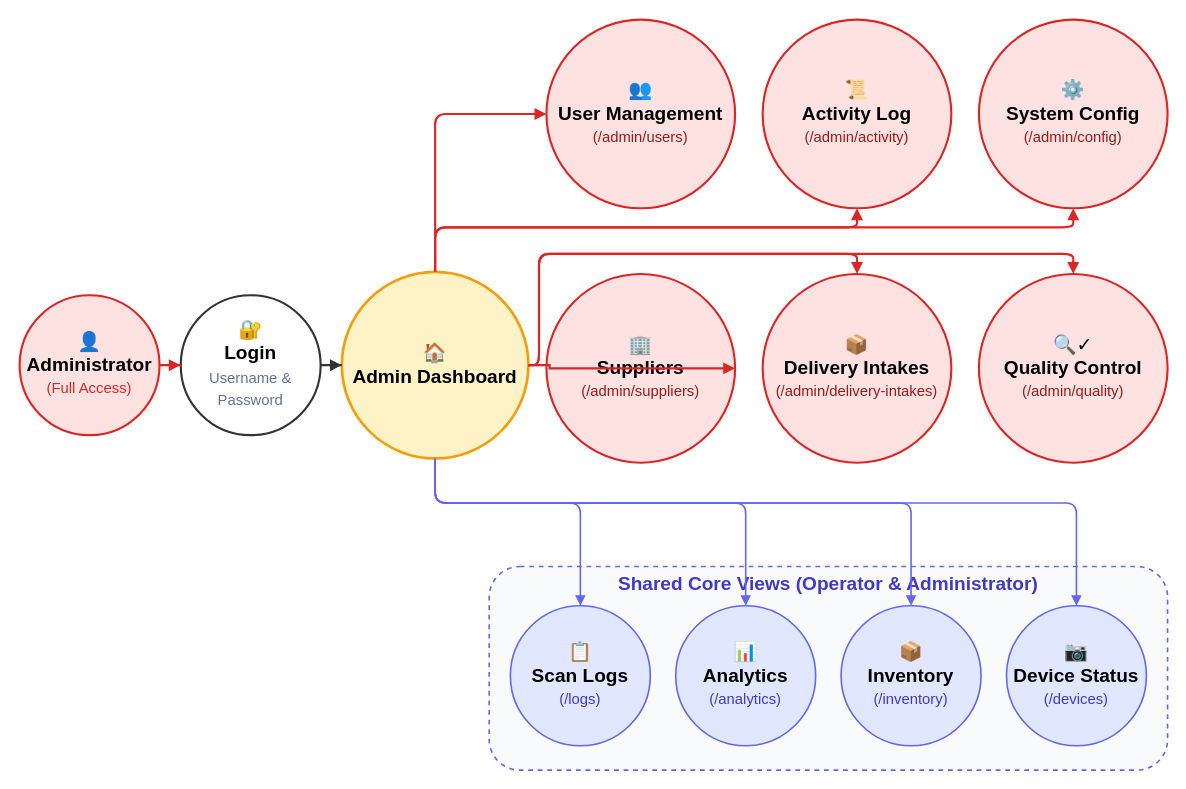
This is docs/bananavision-docs/docs/workflows/workflow_admin.drawio from BlackShark404/BananaVision, a draw.io file, before an edit. Source tidied: cells renumbered, new cells numbered last; positions are measured from the earlier drawing's top-left corner, leaving out a move shared by most shapes. Both pictures are drawn from the tidied source at 106%, with x=0, y=0 at pixel (19, 19).
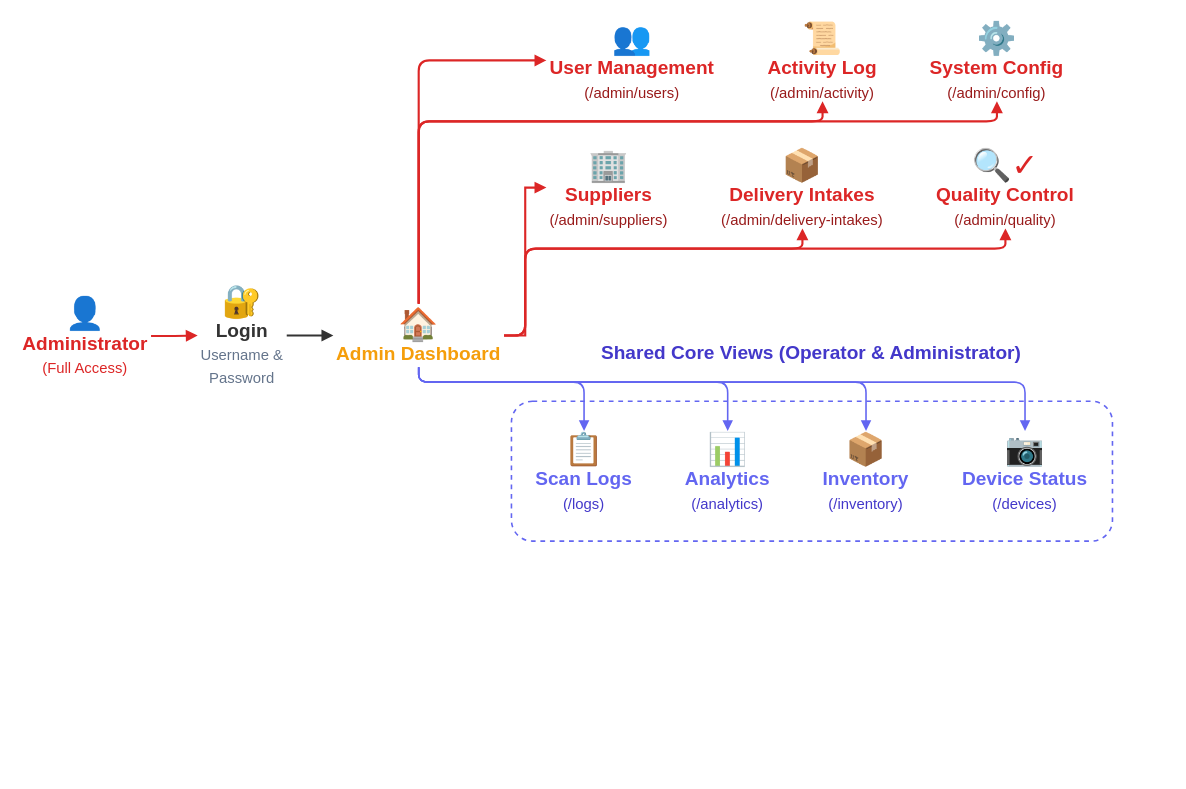
The same diagram, later.

Commit message (it also covers changes not shown here):
refactor: update workflow drawio diagrams and development decisions documentation

Diff of the diagram source:
```diff
@@
-    <mxCell id="2" value="👤&lt;br&gt;&lt;b&gt;Administrator&lt;/b&gt;&lt;br&gt;&lt;font color=&quot;#dc2626&quot; style=&quot;font-size: 14px;&quot;&gt;(Full Access)&lt;/font&gt;" style="ellipse;whiteSpace=wrap;html=1;fillColor=#fee2e2;strokeColor=#dc2626;strokeWidth=2;fontSize=18;spacing=2;" parent="1" vertex="1">
-      <mxGeometry y="260" width="132" height="132" as="geometry" />
+    <mxCell id="2" value="&lt;font style=&quot;font-size: 30px;&quot;&gt;👤&lt;/font&gt;&lt;br&gt;&lt;b&gt;Administrator&lt;/b&gt;&lt;br&gt;&lt;font color=&quot;#dc2626&quot; style=&quot;font-size: 14px;&quot;&gt;(Full Access)&lt;/font&gt;" style="text;html=1;align=center;verticalAlign=middle;whiteSpace=wrap;rounded=0;fontSize=18;fontColor=#dc2626;" parent="1" vertex="1">
+      <mxGeometry y="260" width="124" height="77" as="geometry" />
     </mxCell>
-    <mxCell id="3" value="🔐&lt;br&gt;&lt;b&gt;Login&lt;/b&gt;&lt;br&gt;&lt;font color=&quot;#64748b&quot; style=&quot;font-size: 14px;&quot;&gt;Username &amp;amp;&lt;br&gt;Password&lt;/font&gt;" style="ellipse;whiteSpace=wrap;html=1;fillColor=#ffffff;strokeColor=#333333;strokeWidth=2;fontSize=18;spacing=2;" parent="1" vertex="1">
-      <mxGeometry x="152" y="260" width="132" height="132" as="geometry" />
+    <mxCell id="3" value="&lt;font style=&quot;font-size: 30px;&quot;&gt;🔐&lt;/font&gt;&lt;br&gt;&lt;b&gt;Login&lt;/b&gt;&lt;br&gt;&lt;font color=&quot;#64748b&quot; style=&quot;font-size: 14px;&quot;&gt;Username &amp;amp;&lt;br&gt;Password&lt;/font&gt;" style="text;html=1;align=center;verticalAlign=middle;whiteSpace=wrap;rounded=0;fontSize=18;fontColor=#333333;" parent="1" vertex="1">
+      <mxGeometry x="168" y="249" width="84" height="98" as="geometry" />
     </mxCell>
-    <mxCell id="4" value="🏠&lt;br&gt;&lt;b&gt;Admin Dashboard&lt;/b&gt;" style="ellipse;whiteSpace=wrap;html=1;fillColor=#fef3c7;strokeColor=#f59e0b;strokeWidth=2.5;fontSize=18;spacing=3;" parent="1" vertex="1">
-      <mxGeometry x="304" y="238" width="176" height="176" as="geometry" />
+    <mxCell id="4" value="&lt;font style=&quot;font-size: 30px;&quot;&gt;🏠&lt;/font&gt;&lt;br&gt;&lt;b&gt;Admin Dashboard&lt;/b&gt;" style="text;html=1;align=center;verticalAlign=middle;whiteSpace=wrap;rounded=0;fontSize=18;fontColor=#f59e0b;" parent="1" vertex="1">
+      <mxGeometry x="296" y="268" width="161" height="60" as="geometry" />
     </mxCell>
-    <mxCell id="5" value="👥&lt;br&gt;&lt;b&gt;User Management&lt;/b&gt;&lt;br&gt;&lt;font color=&quot;#991b1b&quot; style=&quot;font-size: 14px;&quot;&gt;(/admin/users)&lt;/font&gt;" style="ellipse;whiteSpace=wrap;html=1;fillColor=#fee2e2;strokeColor=#dc2626;strokeWidth=2;fontSize=18;spacing=3;" parent="1" vertex="1">
-      <mxGeometry x="497" width="178" height="178" as="geometry" />
+    <mxCell id="5" value="&lt;font style=&quot;font-size: 30px;&quot;&gt;👥&lt;/font&gt;&lt;br&gt;&lt;b&gt;User Management&lt;/b&gt;&lt;br&gt;&lt;font color=&quot;#991b1b&quot; style=&quot;font-size: 14px;&quot;&gt;(/admin/users)&lt;/font&gt;" style="text;html=1;align=center;verticalAlign=middle;whiteSpace=wrap;rounded=0;fontSize=18;fontColor=#dc2626;" parent="1" vertex="1">
+      <mxGeometry x="497" width="162" height="77" as="geometry" />
     </mxCell>
-    <mxCell id="6" value="📜&lt;br&gt;&lt;b&gt;Activity Log&lt;/b&gt;&lt;br&gt;&lt;font color=&quot;#991b1b&quot; style=&quot;font-size: 14px;&quot;&gt;(/admin/activity)&lt;/font&gt;" style="ellipse;whiteSpace=wrap;html=1;fillColor=#fee2e2;strokeColor=#dc2626;strokeWidth=2;fontSize=18;spacing=3;" parent="1" vertex="1">
-      <mxGeometry x="701" width="178" height="178" as="geometry" />
+    <mxCell id="6" value="&lt;font style=&quot;font-size: 30px;&quot;&gt;📜&lt;/font&gt;&lt;br&gt;&lt;b&gt;Activity Log&lt;/b&gt;&lt;br&gt;&lt;font color=&quot;#991b1b&quot; style=&quot;font-size: 14px;&quot;&gt;(/admin/activity)&lt;/font&gt;" style="text;html=1;align=center;verticalAlign=middle;whiteSpace=wrap;rounded=0;fontSize=18;fontColor=#dc2626;" parent="1" vertex="1">
+      <mxGeometry x="703" width="109" height="77" as="geometry" />
     </mxCell>
-    <mxCell id="7" value="⚙️&lt;br&gt;&lt;b&gt;System Config&lt;/b&gt;&lt;br&gt;&lt;font color=&quot;#991b1b&quot; style=&quot;font-size: 14px;&quot;&gt;(/admin/config)&lt;/font&gt;" style="ellipse;whiteSpace=wrap;html=1;fillColor=#fee2e2;strokeColor=#dc2626;strokeWidth=2;fontSize=18;spacing=3;" parent="1" vertex="1">
-      <mxGeometry x="905" width="178" height="178" as="geometry" />
+    <mxCell id="7" value="&lt;font style=&quot;font-size: 30px;&quot;&gt;⚙️&lt;/font&gt;&lt;br&gt;&lt;b&gt;System Config&lt;/b&gt;&lt;br&gt;&lt;font color=&quot;#991b1b&quot; style=&quot;font-size: 14px;&quot;&gt;(/admin/config)&lt;/font&gt;" style="text;html=1;align=center;verticalAlign=middle;whiteSpace=wrap;rounded=0;fontSize=18;fontColor=#dc2626;" parent="1" vertex="1">
+      <mxGeometry x="856" width="132" height="77" as="geometry" />
     </mxCell>
-    <mxCell id="8" value="🏢&lt;br&gt;&lt;b&gt;Suppliers&lt;/b&gt;&lt;br&gt;&lt;font color=&quot;#991b1b&quot; style=&quot;font-size: 14px;&quot;&gt;(/admin/suppliers)&lt;/font&gt;" style="ellipse;whiteSpace=wrap;html=1;fillColor=#fee2e2;strokeColor=#dc2626;strokeWidth=2;fontSize=18;spacing=3;" parent="1" vertex="1">
-      <mxGeometry x="497" y="240" width="178" height="178" as="geometry" />
+    <mxCell id="8" value="&lt;font style=&quot;font-size: 30px;&quot;&gt;🏢&lt;/font&gt;&lt;br&gt;&lt;b&gt;Suppliers&lt;/b&gt;&lt;br&gt;&lt;font color=&quot;#991b1b&quot; style=&quot;font-size: 14px;&quot;&gt;(/admin/suppliers)&lt;/font&gt;" style="text;html=1;align=center;verticalAlign=middle;whiteSpace=wrap;rounded=0;fontSize=18;fontColor=#dc2626;" parent="1" vertex="1">
+      <mxGeometry x="497" y="120" width="118" height="77" as="geometry" />
     </mxCell>
-    <mxCell id="9" value="📦&lt;br&gt;&lt;b&gt;Delivery Intakes&lt;/b&gt;&lt;br&gt;&lt;font color=&quot;#991b1b&quot; style=&quot;font-size: 14px;&quot;&gt;(/admin/delivery-intakes)&lt;/font&gt;" style="ellipse;whiteSpace=wrap;html=1;fillColor=#fee2e2;strokeColor=#dc2626;strokeWidth=2;fontSize=18;spacing=3;" parent="1" vertex="1">
-      <mxGeometry x="701" y="240" width="178" height="178" as="geometry" />
+    <mxCell id="9" value="&lt;font style=&quot;font-size: 30px;&quot;&gt;📦&lt;/font&gt;&lt;br&gt;&lt;b&gt;Delivery Intakes&lt;/b&gt;&lt;br&gt;&lt;font color=&quot;#991b1b&quot; style=&quot;font-size: 14px;&quot;&gt;(/admin/delivery-intakes)&lt;/font&gt;" style="text;html=1;align=center;verticalAlign=middle;whiteSpace=wrap;rounded=0;fontSize=18;fontColor=#dc2626;" parent="1" vertex="1">
+      <mxGeometry x="659" y="120" width="159" height="77" as="geometry" />
     </mxCell>
-    <mxCell id="10" value="🔍✓&lt;br&gt;&lt;b&gt;Quality Control&lt;/b&gt;&lt;br&gt;&lt;font color=&quot;#991b1b&quot; style=&quot;font-size: 14px;&quot;&gt;(/admin/quality)&lt;/font&gt;" style="ellipse;whiteSpace=wrap;html=1;fillColor=#fee2e2;strokeColor=#dc2626;strokeWidth=2;fontSize=18;spacing=3;" parent="1" vertex="1">
-      <mxGeometry x="905" y="240" width="178" height="178" as="geometry" />
+    <mxCell id="10" value="&lt;font style=&quot;font-size: 30px;&quot;&gt;🔍✓&lt;/font&gt;&lt;br&gt;&lt;b&gt;Quality Control&lt;/b&gt;&lt;br&gt;&lt;font color=&quot;#991b1b&quot; style=&quot;font-size: 14px;&quot;&gt;(/admin/quality)&lt;/font&gt;" style="text;html=1;align=center;verticalAlign=middle;whiteSpace=wrap;rounded=0;fontSize=18;fontColor=#dc2626;" parent="1" vertex="1">
+      <mxGeometry x="862" y="120" width="136" height="77" as="geometry" />
     </mxCell>
-    <mxCell id="11" style="rounded=1;whiteSpace=wrap;html=1;fillColor=#f8fafc;strokeColor=#6366f1;strokeWidth=1.5;dashed=1;" parent="1" vertex="1">
-      <mxGeometry x="443" y="516" width="640" height="192" as="geometry" />
+    <mxCell id="11" style="rounded=1;whiteSpace=wrap;html=1;fillColor=none;strokeColor=#6366f1;strokeWidth=1.5;dashed=1;" parent="1" vertex="1">
+      <mxGeometry x="464" y="360" width="567" height="132" as="geometry" />
     </mxCell>
     <mxCell id="12" value="&lt;b&gt;Shared Core Views (Operator &amp;amp; Administrator)&lt;/b&gt;" style="text;html=1;align=center;verticalAlign=middle;whiteSpace=wrap;rounded=0;fontSize=18;fontColor=#4338ca;" parent="1" vertex="1">
-      <mxGeometry x="553" y="522" width="420" height="22" as="geometry" />
+      <mxGeometry x="537" y="304" width="420" height="22" as="geometry" />
     </mxCell>
-    <mxCell id="13" value="📋&lt;br&gt;&lt;b&gt;Scan Logs&lt;/b&gt;&lt;br&gt;&lt;font color=&quot;#4338ca&quot; style=&quot;font-size: 14px;&quot;&gt;(/logs)&lt;/font&gt;" style="ellipse;whiteSpace=wrap;html=1;fillColor=#e0e7ff;strokeColor=#6366f1;strokeWidth=1.5;fontSize=18;spacing=2;" parent="1" vertex="1">
-      <mxGeometry x="463" y="553" width="132" height="132" as="geometry" />
+    <mxCell id="13" value="&lt;font style=&quot;font-size: 30px;&quot;&gt;📋&lt;/font&gt;&lt;br&gt;&lt;b&gt;Scan Logs&lt;/b&gt;&lt;br&gt;&lt;font color=&quot;#4338ca&quot; style=&quot;font-size: 14px;&quot;&gt;(/logs)&lt;/font&gt;" style="text;html=1;align=center;verticalAlign=middle;whiteSpace=wrap;rounded=0;fontSize=18;fontColor=#6366f1;" parent="1" vertex="1">
+      <mxGeometry x="484" y="388" width="97" height="77" as="geometry" />
     </mxCell>
-    <mxCell id="14" value="📊&lt;br&gt;&lt;b&gt;Analytics&lt;/b&gt;&lt;br&gt;&lt;font color=&quot;#4338ca&quot; style=&quot;font-size: 14px;&quot;&gt;(/analytics)&lt;/font&gt;" style="ellipse;whiteSpace=wrap;html=1;fillColor=#e0e7ff;strokeColor=#6366f1;strokeWidth=1.5;fontSize=18;spacing=2;" parent="1" vertex="1">
-      <mxGeometry x="619" y="553" width="132" height="132" as="geometry" />
+    <mxCell id="14" value="&lt;font style=&quot;font-size: 30px;&quot;&gt;📊&lt;/font&gt;&lt;br&gt;&lt;b&gt;Analytics&lt;/b&gt;&lt;br&gt;&lt;font color=&quot;#4338ca&quot; style=&quot;font-size: 14px;&quot;&gt;(/analytics)&lt;/font&gt;" style="text;html=1;align=center;verticalAlign=middle;whiteSpace=wrap;rounded=0;fontSize=18;fontColor=#6366f1;" parent="1" vertex="1">
+      <mxGeometry x="625" y="388" width="86" height="77" as="geometry" />
     </mxCell>
-    <mxCell id="15" value="📦&lt;br&gt;&lt;b&gt;Inventory&lt;/b&gt;&lt;br&gt;&lt;font color=&quot;#4338ca&quot; style=&quot;font-size: 14px;&quot;&gt;(/inventory)&lt;/font&gt;" style="ellipse;whiteSpace=wrap;html=1;fillColor=#e0e7ff;strokeColor=#6366f1;strokeWidth=1.5;fontSize=18;spacing=2;" parent="1" vertex="1">
-      <mxGeometry x="775" y="553" width="132" height="132" as="geometry" />
+    <mxCell id="15" value="&lt;font style=&quot;font-size: 30px;&quot;&gt;📦&lt;/font&gt;&lt;br&gt;&lt;b&gt;Inventory&lt;/b&gt;&lt;br&gt;&lt;font color=&quot;#4338ca&quot; style=&quot;font-size: 14px;&quot;&gt;(/inventory)&lt;/font&gt;" style="text;html=1;align=center;verticalAlign=middle;whiteSpace=wrap;rounded=0;fontSize=18;fontColor=#6366f1;" parent="1" vertex="1">
+      <mxGeometry x="755" y="388" width="87" height="77" as="geometry" />
     </mxCell>
-    <mxCell id="16" value="📷&lt;br&gt;&lt;b&gt;Device Status&lt;/b&gt;&lt;br&gt;&lt;font color=&quot;#4338ca&quot; style=&quot;font-size: 14px;&quot;&gt;(/devices)&lt;/font&gt;" style="ellipse;whiteSpace=wrap;html=1;fillColor=#e0e7ff;strokeColor=#6366f1;strokeWidth=1.5;fontSize=18;spacing=2;" parent="1" vertex="1">
-      <mxGeometry x="931" y="553" width="132" height="132" as="geometry" />
+    <mxCell id="16" value="&lt;font style=&quot;font-size: 30px;&quot;&gt;📷&lt;/font&gt;&lt;br&gt;&lt;b&gt;Device Status&lt;/b&gt;&lt;br&gt;&lt;font color=&quot;#4338ca&quot; style=&quot;font-size: 14px;&quot;&gt;(/devices)&lt;/font&gt;" style="text;html=1;align=center;verticalAlign=middle;whiteSpace=wrap;rounded=0;fontSize=18;fontColor=#6366f1;" parent="1" vertex="1">
+      <mxGeometry x="886" y="388" width="125" height="77" as="geometry" />
     </mxCell>
-    <mxCell id="17" style="edgeStyle=orthogonalEdgeStyle;rounded=0;jettySize=auto;html=1;strokeWidth=2;strokeColor=#dc2626;endArrow=block;endFill=1;" parent="1" edge="1" source="2" target="3">
+    <mxCell id="17" style="edgeStyle=orthogonalEdgeStyle;rounded=0;jettySize=auto;html=1;strokeWidth=2;strokeColor=#dc2626;endArrow=block;endFill=1;exitX=1;exitY=0.5;entryX=0;entryY=0.5;" parent="1" edge="1" source="2" target="3">
       <mxGeometry relative="1" as="geometry" />
     </mxCell>
-    <mxCell id="18" style="edgeStyle=orthogonalEdgeStyle;rounded=0;jettySize=auto;html=1;strokeWidth=2;strokeColor=#333333;endArrow=block;endFill=1;" parent="1" edge="1" source="3" target="4">
+    <mxCell id="18" style="edgeStyle=orthogonalEdgeStyle;rounded=0;jettySize=auto;html=1;strokeWidth=2;strokeColor=#333333;endArrow=block;endFill=1;exitX=1;exitY=0.5;entryX=0;entryY=0.5;" parent="1" edge="1" source="3" target="4">
       <mxGeometry relative="1" as="geometry" />
     </mxCell>
     <mxCell id="19" style="edgeStyle=orthogonalEdgeStyle;rounded=1;jettySize=auto;html=1;strokeWidth=2;strokeColor=#dc2626;endArrow=block;endFill=1;exitX=0.5;exitY=0;entryX=0;entryY=0.5;" parent="1" edge="1" source="4" target="5">
       <mxGeometry relative="1" as="geometry">
         <Array as="points">
-          <mxPoint x="392" y="89" />
+          <mxPoint x="376.5" y="38" />
         </Array>
       </mxGeometry>
     </mxCell>
     <mxCell id="20" style="edgeStyle=orthogonalEdgeStyle;rounded=1;jettySize=auto;html=1;strokeWidth=2;strokeColor=#dc2626;endArrow=block;endFill=1;entryX=0.5;entryY=1;entryDx=0;entryDy=0;exitX=0.5;exitY=0;" parent="1" edge="1" source="4" target="6">
       <mxGeometry relative="1" as="geometry">
         <Array as="points">
-          <mxPoint x="392" y="196" />
-          <mxPoint x="790" y="196" />
+          <mxPoint x="376.5" y="96" />
+          <mxPoint x="757.5" y="96" />
         </Array>
       </mxGeometry>
     </mxCell>
     <mxCell id="21" style="edgeStyle=orthogonalEdgeStyle;rounded=1;jettySize=auto;html=1;strokeWidth=2;strokeColor=#dc2626;endArrow=block;endFill=1;entryX=0.5;entryY=1;entryDx=0;entryDy=0;exitX=0.5;exitY=0;" parent="1" edge="1" source="4" target="7">
       <mxGeometry relative="1" as="geometry">
         <Array as="points">
-          <mxPoint x="392" y="196" />
-          <mxPoint x="994" y="196" />
+          <mxPoint x="376.5" y="96" />
+          <mxPoint x="922" y="96" />
         </Array>
       </mxGeometry>
     </mxCell>
-    <mxCell id="22" style="edgeStyle=orthogonalEdgeStyle;rounded=0;jettySize=auto;html=1;strokeWidth=2;strokeColor=#dc2626;endArrow=block;endFill=1;" parent="1" edge="1" source="4" target="8">
-      <mxGeometry relative="1" as="geometry" />
+    <mxCell id="22" style="edgeStyle=orthogonalEdgeStyle;rounded=0;jettySize=auto;html=1;strokeWidth=2;strokeColor=#dc2626;endArrow=block;endFill=1;exitX=1;exitY=0.5;entryX=0;entryY=0.5;" parent="1" edge="1" source="4" target="8">
+      <mxGeometry relative="1" as="geometry">
+        <Array as="points">
+          <mxPoint x="477" y="298" />
+          <mxPoint x="477" y="158" />
+        </Array>
+      </mxGeometry>
     </mxCell>
-    <mxCell id="23" style="edgeStyle=orthogonalEdgeStyle;rounded=1;jettySize=auto;html=1;strokeWidth=2;strokeColor=#dc2626;endArrow=block;endFill=1;entryX=0.5;entryY=0;entryDx=0;entryDy=0;exitX=1;exitY=0.5;" parent="1" edge="1" source="4" target="9">
+    <mxCell id="23" style="edgeStyle=orthogonalEdgeStyle;rounded=1;jettySize=auto;html=1;strokeWidth=2;strokeColor=#dc2626;endArrow=block;endFill=1;entryX=0.5;entryY=1;entryDx=0;entryDy=0;exitX=1;exitY=0.5;" parent="1" edge="1" source="4" target="9">
       <mxGeometry relative="1" as="geometry">
         <Array as="points">
-          <mxPoint x="490" y="326" />
-          <mxPoint x="490" y="221" />
-          <mxPoint x="790" y="221" />
+          <mxPoint x="477" y="298" />
+          <mxPoint x="477" y="216" />
+          <mxPoint x="738.5" y="216" />
         </Array>
       </mxGeometry>
     </mxCell>
-    <mxCell id="24" style="edgeStyle=orthogonalEdgeStyle;rounded=1;jettySize=auto;html=1;strokeWidth=2;strokeColor=#dc2626;endArrow=block;endFill=1;entryX=0.5;entryY=0;entryDx=0;entryDy=0;exitX=1;exitY=0.5;" parent="1" edge="1" source="4" target="10">
+    <mxCell id="24" style="edgeStyle=orthogonalEdgeStyle;rounded=1;jettySize=auto;html=1;strokeWidth=2;strokeColor=#dc2626;endArrow=block;endFill=1;entryX=0.5;entryY=1;entryDx=0;entryDy=0;exitX=1;exitY=0.5;" parent="1" edge="1" source="4" target="10">
       <mxGeometry relative="1" as="geometry">
         <Array as="points">
-          <mxPoint x="490" y="326" />
-          <mxPoint x="490" y="221" />
-          <mxPoint x="994" y="221" />
+          <mxPoint x="477" y="298" />
+          <mxPoint x="477" y="216" />
+          <mxPoint x="930" y="216" />
         </Array>
       </mxGeometry>
     </mxCell>
     <mxCell id="25" style="edgeStyle=orthogonalEdgeStyle;rounded=1;jettySize=auto;html=1;strokeWidth=1.5;strokeColor=#6366f1;strokeDasharray=4 4;endArrow=block;endFill=1;entryX=0.5;entryY=0;entryDx=0;entryDy=0;exitX=0.5;exitY=1;" parent="1" edge="1" source="4" target="13">
       <mxGeometry relative="1" as="geometry">
         <Array as="points">
-          <mxPoint x="392" y="456" />
-          <mxPoint x="529" y="456" />
+          <mxPoint x="376.5" y="342" />
+          <mxPoint x="532.5" y="364" />
         </Array>
       </mxGeometry>
     </mxCell>
     <mxCell id="26" style="edgeStyle=orthogonalEdgeStyle;rounded=1;jettySize=auto;html=1;strokeWidth=1.5;strokeColor=#6366f1;strokeDasharray=4 4;endArrow=block;endFill=1;entryX=0.5;entryY=0;entryDx=0;entryDy=0;exitX=0.5;exitY=1;" parent="1" edge="1" source="4" target="14">
       <mxGeometry relative="1" as="geometry">
         <Array as="points">
-          <mxPoint x="392" y="456" />
-          <mxPoint x="685" y="456" />
+          <mxPoint x="376.5" y="342" />
+          <mxPoint x="668" y="364" />
         </Array>
       </mxGeometry>
     </mxCell>
     <mxCell id="27" style="edgeStyle=orthogonalEdgeStyle;rounded=1;jettySize=auto;html=1;strokeWidth=1.5;strokeColor=#6366f1;strokeDasharray=4 4;endArrow=block;endFill=1;entryX=0.5;entryY=0;entryDx=0;entryDy=0;exitX=0.5;exitY=1;" parent="1" edge="1" source="4" target="15">
       <mxGeometry relative="1" as="geometry">
         <Array as="points">
-          <mxPoint x="392" y="456" />
-          <mxPoint x="841" y="456" />
+          <mxPoint x="376.5" y="342" />
+          <mxPoint x="798.5" y="364" />
         </Array>
       </mxGeometry>
     </mxCell>
     <mxCell id="28" style="edgeStyle=orthogonalEdgeStyle;rounded=1;jettySize=auto;html=1;strokeWidth=1.5;strokeColor=#6366f1;strokeDasharray=4 4;endArrow=block;endFill=1;entryX=0.5;entryY=0;entryDx=0;entryDy=0;exitX=0.5;exitY=1;" parent="1" edge="1" source="4" target="16">
       <mxGeometry relative="1" as="geometry">
         <Array as="points">
-          <mxPoint x="392" y="456" />
-          <mxPoint x="997" y="456" />
+          <mxPoint x="376.5" y="342" />
+          <mxPoint x="948.5" y="364" />
         </Array>
       </mxGeometry>
     </mxCell>
```
